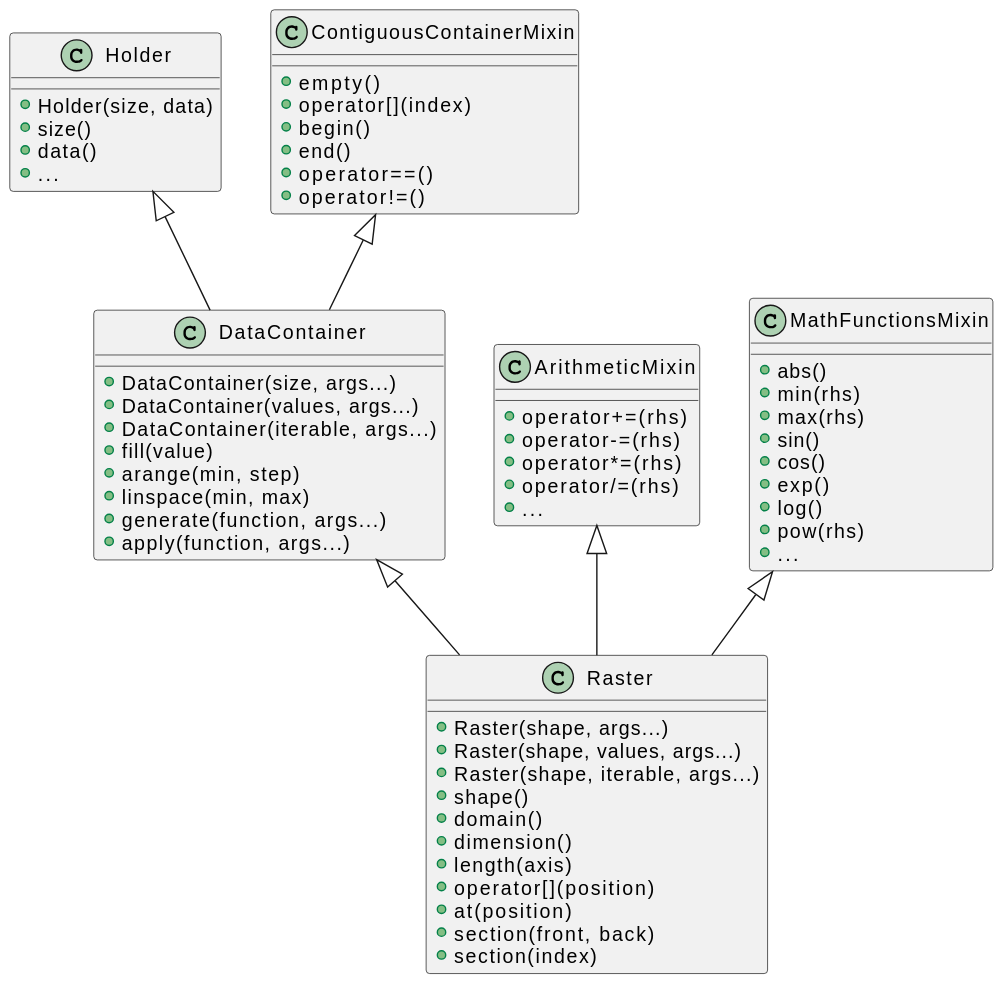
Above: doc/diagrams/data_classes.svg in kabasset/Linx (PlantUML), before the change.
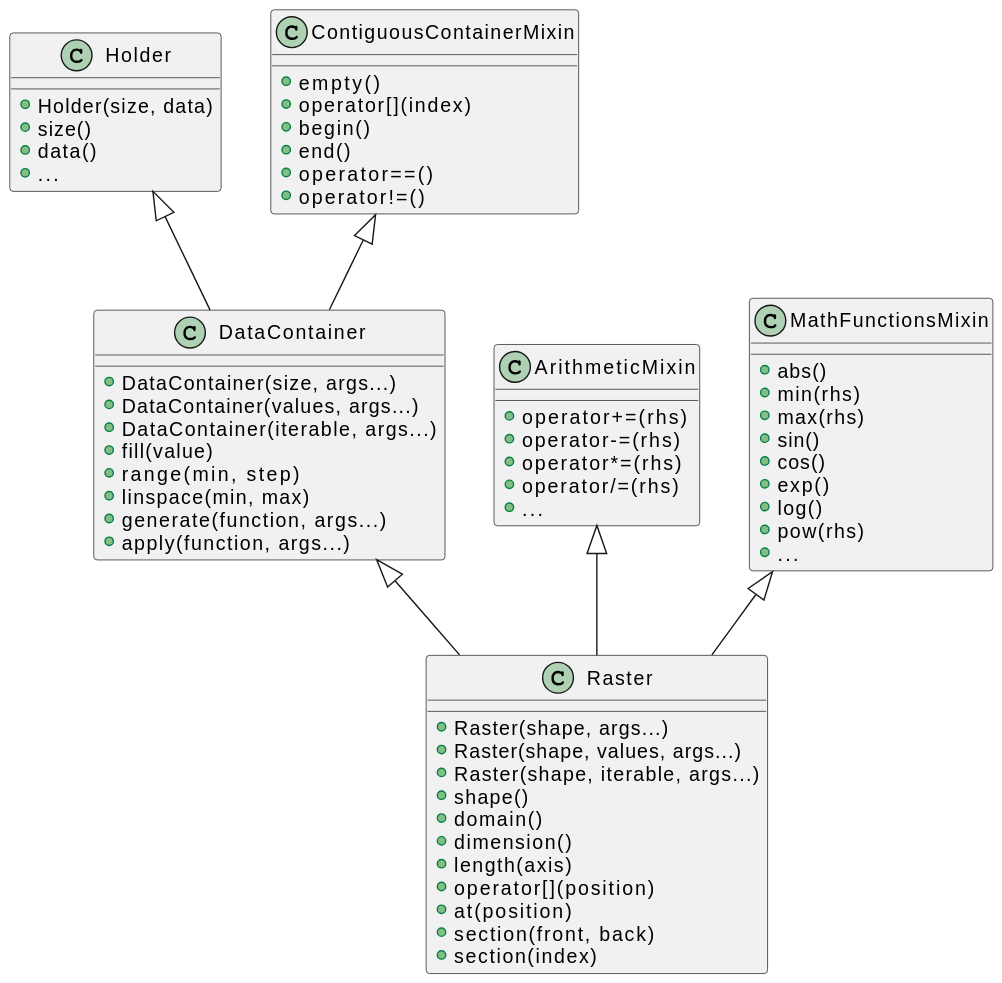
Later version of the same file.

Commit message:
Rename arange as range

The edit, as a diff of the source:
```diff
@@ -11,7 +11,7 @@
 + DataContainer(values, args...)
 + DataContainer(iterable, args...)
 + fill(value)
-+ arange(min, step)
++ range(min, step)
 + linspace(min, max)
 + generate(function, args...)
 + apply(function, args...)
```
